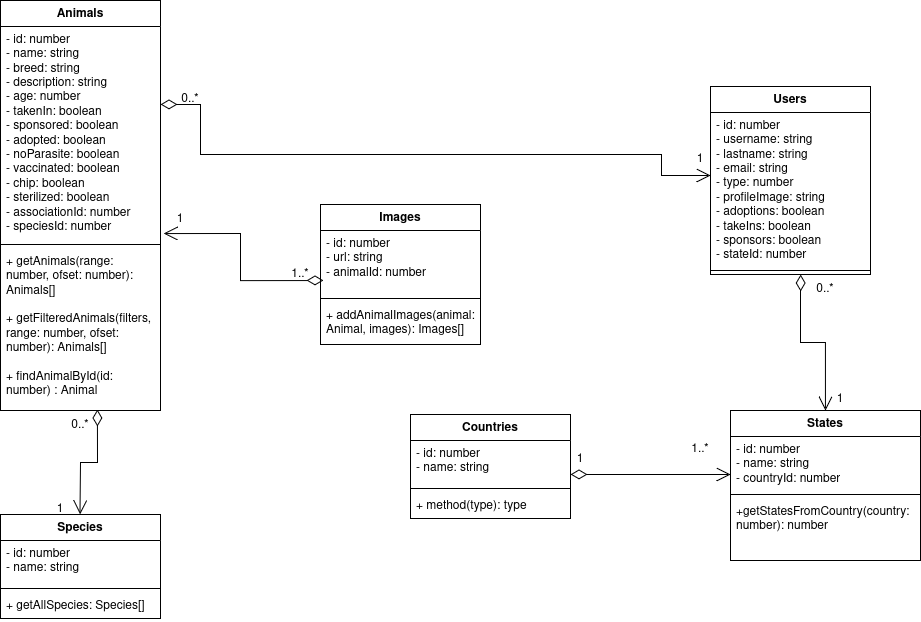
PepeProgrammer/TFG keeps this draw.io diagram as docs/sprint 1/clases.png. Above is the earlier version. Source tidied: cells renumbered, new cells last; positions are measured from the earlier drawing's top-left corner, leaving out a move shared by most shapes. The source it was exported from:
```xml
<mxGraphModel>
  <root>
    <mxCell id="0" />
    <mxCell id="1" parent="0" />
    <mxCell id="2" value="Animals" style="swimlane;fontStyle=1;align=center;verticalAlign=top;horizontal=1;startSize=26;whiteSpace=wrap;html=1;" parent="1" vertex="1">
      <mxGeometry width="160" height="410" as="geometry" />
    </mxCell>
    <mxCell id="3" value="&lt;div&gt;- id: number&lt;/div&gt;&lt;div&gt;- name: string&lt;/div&gt;&lt;div&gt;- breed: string&lt;/div&gt;&lt;div&gt;- description: string &lt;br&gt;&lt;/div&gt;&lt;div&gt;- age: number&lt;/div&gt;&lt;div&gt;- takenIn: boolean&lt;/div&gt;&lt;div&gt;- sponsored: boolean&lt;/div&gt;&lt;div&gt;- adopted: boolean&lt;/div&gt;&lt;div&gt;- noParasite: boolean&lt;/div&gt;&lt;div&gt;- vaccinated: boolean&lt;/div&gt;&lt;div&gt;- chip: boolean&lt;/div&gt;&lt;div&gt;- sterilized: boolean&lt;/div&gt;&lt;div&gt;- associationId: number&lt;/div&gt;&lt;div&gt;- speciesId: number&lt;br&gt;&lt;/div&gt;" style="text;strokeColor=none;fillColor=none;align=left;verticalAlign=top;spacingLeft=4;spacingRight=4;overflow=hidden;points=[[0,0.5],[1,0.5]];portConstraint=eastwest;whiteSpace=wrap;html=1;" parent="2" vertex="1">
      <mxGeometry y="26" width="160" height="214" as="geometry" />
    </mxCell>
    <mxCell id="4" style="line;strokeWidth=1;fillColor=none;align=left;verticalAlign=middle;spacingTop=-1;spacingLeft=3;spacingRight=3;labelPosition=right;strokeColor=inherit;" parent="2" vertex="1">
      <mxGeometry y="240" width="160" height="8" as="geometry" />
    </mxCell>
    <mxCell id="5" value="&lt;div&gt;+ getAnimals(range: number, ofset: number): Animals[]&lt;br&gt;&lt;/div&gt;&lt;div&gt;&lt;br&gt;&lt;/div&gt;&lt;div&gt;+ getFilteredAnimals(filters, range: number, ofset: number): Animals[]&lt;/div&gt;&lt;div&gt;&lt;br&gt;&lt;/div&gt;&lt;div&gt;+ findAnimalById(id: number) : Animal&lt;br&gt;&lt;/div&gt;&lt;div&gt;&lt;br&gt;&lt;/div&gt;&lt;div&gt;&lt;br&gt;&lt;/div&gt;&lt;div&gt;&lt;br&gt;&lt;/div&gt;&lt;div&gt;&lt;br&gt;&lt;/div&gt;&lt;div&gt;&lt;br&gt;&lt;/div&gt;&lt;div&gt;&lt;br&gt;&lt;/div&gt;" style="text;strokeColor=none;fillColor=none;align=left;verticalAlign=top;spacingLeft=4;spacingRight=4;overflow=hidden;points=[[0,0.5],[1,0.5]];portConstraint=eastwest;whiteSpace=wrap;html=1;" parent="2" vertex="1">
      <mxGeometry y="248" width="160" height="162" as="geometry" />
    </mxCell>
    <mxCell id="6" value="Users" style="swimlane;fontStyle=1;align=center;verticalAlign=top;horizontal=1;startSize=26;whiteSpace=wrap;html=1;" parent="1" vertex="1">
      <mxGeometry x="710" y="86" width="160" height="188" as="geometry" />
    </mxCell>
    <mxCell id="7" value="&lt;div&gt;- id: number&lt;/div&gt;&lt;div&gt;- username: string&lt;br&gt;&lt;/div&gt;&lt;div&gt;- lastname: string&lt;/div&gt;&lt;div&gt;- email: string&lt;/div&gt;&lt;div&gt;- type: number&lt;/div&gt;&lt;div&gt;- profileImage: string&lt;/div&gt;&lt;div&gt;- adoptions: boolean&lt;/div&gt;&lt;div&gt;- takeIns: boolean&lt;/div&gt;&lt;div&gt;- sponsors: boolean&lt;/div&gt;&lt;div&gt;- stateId: number&lt;br&gt;&lt;/div&gt;" style="text;strokeColor=none;fillColor=none;align=left;verticalAlign=top;spacingLeft=4;spacingRight=4;overflow=hidden;points=[[0,0.5],[1,0.5]];portConstraint=eastwest;whiteSpace=wrap;html=1;" parent="6" vertex="1">
      <mxGeometry y="26" width="160" height="154" as="geometry" />
    </mxCell>
    <mxCell id="8" style="line;strokeWidth=1;fillColor=none;align=left;verticalAlign=middle;spacingTop=-1;spacingLeft=3;spacingRight=3;labelPosition=right;points=[];portConstraint=eastwest;strokeColor=inherit;" parent="6" vertex="1">
      <mxGeometry y="180" width="160" height="8" as="geometry" />
    </mxCell>
    <mxCell id="9" value="Species" style="swimlane;fontStyle=1;align=center;verticalAlign=top;horizontal=1;startSize=26;whiteSpace=wrap;html=1;" parent="1" vertex="1">
      <mxGeometry y="514" width="160" height="104" as="geometry" />
    </mxCell>
    <mxCell id="10" value="&lt;div&gt;- id: number&lt;/div&gt;&lt;div&gt;- name: string&lt;br&gt;&lt;/div&gt;" style="text;strokeColor=none;fillColor=none;align=left;verticalAlign=top;spacingLeft=4;spacingRight=4;overflow=hidden;whiteSpace=wrap;html=1;" parent="9" vertex="1">
      <mxGeometry y="26" width="160" height="44" as="geometry" />
    </mxCell>
    <mxCell id="11" style="line;strokeWidth=1;fillColor=none;align=left;verticalAlign=middle;spacingTop=-1;spacingLeft=3;spacingRight=3;labelPosition=right;strokeColor=inherit;" parent="9" vertex="1">
      <mxGeometry y="70" width="160" height="8" as="geometry" />
    </mxCell>
    <mxCell id="12" value="+ getAllSpecies: Species[]" style="text;strokeColor=none;fillColor=none;align=left;verticalAlign=top;spacingLeft=4;spacingRight=4;overflow=hidden;whiteSpace=wrap;html=1;" parent="9" vertex="1">
      <mxGeometry y="78" width="160" height="26" as="geometry" />
    </mxCell>
    <mxCell id="13" value="0..*" style="text;html=1;align=center;verticalAlign=middle;whiteSpace=wrap;rounded=0;" parent="1" vertex="1">
      <mxGeometry x="160" y="84" width="60" height="30" as="geometry" />
    </mxCell>
    <mxCell id="14" value="&lt;div&gt;1&lt;br&gt;&lt;/div&gt;" style="text;html=1;align=center;verticalAlign=middle;whiteSpace=wrap;rounded=0;" parent="1" vertex="1">
      <mxGeometry x="30" y="494" width="60" height="30" as="geometry" />
    </mxCell>
    <mxCell id="15" value="0..*" style="text;html=1;align=center;verticalAlign=middle;whiteSpace=wrap;rounded=0;" parent="1" vertex="1">
      <mxGeometry x="50" y="410" width="60" height="30" as="geometry" />
    </mxCell>
    <mxCell id="16" value="&lt;div&gt;1&lt;br&gt;&lt;/div&gt;" style="text;html=1;align=center;verticalAlign=middle;whiteSpace=wrap;rounded=0;" parent="1" vertex="1">
      <mxGeometry x="670" y="144" width="60" height="30" as="geometry" />
    </mxCell>
    <mxCell id="17" value="Countries" style="swimlane;fontStyle=1;align=center;verticalAlign=top;horizontal=1;startSize=26;whiteSpace=wrap;html=1;" parent="1" vertex="1">
      <mxGeometry x="410" y="414" width="160" height="104" as="geometry" />
    </mxCell>
    <mxCell id="18" value="&lt;div&gt;- id: number&lt;/div&gt;&lt;div&gt;- name: string&lt;br&gt;&lt;/div&gt;" style="text;strokeColor=none;fillColor=none;align=left;verticalAlign=top;spacingLeft=4;spacingRight=4;overflow=hidden;whiteSpace=wrap;html=1;" parent="17" vertex="1">
      <mxGeometry y="26" width="160" height="44" as="geometry" />
    </mxCell>
    <mxCell id="19" style="line;strokeWidth=1;fillColor=none;align=left;verticalAlign=middle;spacingTop=-1;spacingLeft=3;spacingRight=3;labelPosition=right;strokeColor=inherit;" parent="17" vertex="1">
      <mxGeometry y="70" width="160" height="8" as="geometry" />
    </mxCell>
    <mxCell id="20" value="+ method(type): type" style="text;strokeColor=none;fillColor=none;align=left;verticalAlign=top;spacingLeft=4;spacingRight=4;overflow=hidden;whiteSpace=wrap;html=1;" parent="17" vertex="1">
      <mxGeometry y="78" width="160" height="26" as="geometry" />
    </mxCell>
    <mxCell id="21" value="States" style="swimlane;fontStyle=1;align=center;verticalAlign=top;horizontal=1;startSize=26;whiteSpace=wrap;html=1;" parent="1" vertex="1">
      <mxGeometry x="730" y="410" width="190" height="150" as="geometry" />
    </mxCell>
    <mxCell id="22" value="&lt;div&gt;- id: number&lt;/div&gt;&lt;div&gt;- name: string&lt;br&gt;&lt;/div&gt;&lt;div&gt;- countryId: number&lt;br&gt;&lt;/div&gt;" style="text;strokeColor=none;fillColor=none;align=left;verticalAlign=top;spacingLeft=4;spacingRight=4;overflow=hidden;whiteSpace=wrap;html=1;" parent="21" vertex="1">
      <mxGeometry y="26" width="190" height="54" as="geometry" />
    </mxCell>
    <mxCell id="23" style="line;strokeWidth=1;fillColor=none;align=left;verticalAlign=middle;spacingTop=-1;spacingLeft=3;spacingRight=3;labelPosition=right;strokeColor=inherit;" parent="21" vertex="1">
      <mxGeometry y="80" width="190" height="8" as="geometry" />
    </mxCell>
    <mxCell id="24" value="+getStatesFromCountry(country: number): number" style="text;strokeColor=none;fillColor=none;align=left;verticalAlign=top;spacingLeft=4;spacingRight=4;overflow=hidden;whiteSpace=wrap;html=1;" parent="21" vertex="1">
      <mxGeometry y="88" width="190" height="62" as="geometry" />
    </mxCell>
    <mxCell id="25" value="&lt;div&gt;&lt;br&gt;&lt;/div&gt;&lt;div&gt;&lt;br&gt;&lt;/div&gt;" style="endArrow=open;html=1;endSize=12;startArrow=diamondThin;startSize=14;startFill=0;edgeStyle=orthogonalEdgeStyle;align=left;verticalAlign=bottom;rounded=0;" parent="1" edge="1">
      <mxGeometry y="20" relative="1" as="geometry">
        <mxPoint x="570" y="474" as="sourcePoint" />
        <mxPoint x="730" y="474" as="targetPoint" />
      </mxGeometry>
    </mxCell>
    <mxCell id="26" style="endArrow=open;html=1;endSize=12;startArrow=diamondThin;startSize=14;startFill=0;edgeStyle=orthogonalEdgeStyle;align=left;verticalAlign=bottom;rounded=0;entryX=0;entryY=0.409;entryDx=0;entryDy=0;entryPerimeter=0;" parent="1" edge="1" target="7">
      <mxGeometry x="-0.87" y="100" relative="1" as="geometry">
        <mxPoint x="160" y="104" as="sourcePoint" />
        <Array as="points">
          <mxPoint x="200" y="104" />
          <mxPoint x="200" y="154" />
          <mxPoint x="661" y="154" />
          <mxPoint x="661" y="175" />
        </Array>
        <mxPoint x="-20" y="-60" as="offset" />
      </mxGeometry>
    </mxCell>
    <mxCell id="27" style="endArrow=open;html=1;endSize=12;startArrow=diamondThin;startSize=14;startFill=0;edgeStyle=orthogonalEdgeStyle;align=left;verticalAlign=bottom;rounded=0;entryX=0.833;entryY=0.667;entryDx=0;entryDy=0;entryPerimeter=0;exitX=0.606;exitY=0.994;exitDx=0;exitDy=0;exitPerimeter=0;" parent="1" edge="1" source="5">
      <mxGeometry x="0.2" y="170" relative="1" as="geometry">
        <mxPoint x="79.5" y="514" as="targetPoint" />
      </mxGeometry>
    </mxCell>
    <mxCell id="28" value="1..*" style="text;html=1;align=center;verticalAlign=middle;whiteSpace=wrap;rounded=0;" parent="1" vertex="1">
      <mxGeometry x="670" y="434" width="60" height="30" as="geometry" />
    </mxCell>
    <mxCell id="29" value="&lt;div&gt;1&lt;br&gt;&lt;/div&gt;" style="text;html=1;align=center;verticalAlign=middle;whiteSpace=wrap;rounded=0;" parent="1" vertex="1">
      <mxGeometry x="550" y="444" width="60" height="30" as="geometry" />
    </mxCell>
    <mxCell id="30" style="endArrow=open;html=1;endSize=12;startArrow=diamondThin;startSize=14;startFill=0;edgeStyle=orthogonalEdgeStyle;align=left;verticalAlign=bottom;rounded=0;entryX=0.5;entryY=0;entryDx=0;entryDy=0;exitX=0.563;exitY=1;exitDx=0;exitDy=0;exitPerimeter=0;" parent="1" edge="1" source="8" target="21">
      <mxGeometry x="0.2" y="170" relative="1" as="geometry" />
    </mxCell>
    <mxCell id="31" value="0..*" style="text;html=1;align=center;verticalAlign=middle;whiteSpace=wrap;rounded=0;" parent="1" vertex="1">
      <mxGeometry x="795" y="274" width="60" height="30" as="geometry" />
    </mxCell>
    <mxCell id="32" value="&lt;div&gt;1&lt;br&gt;&lt;/div&gt;" style="text;html=1;align=center;verticalAlign=middle;whiteSpace=wrap;rounded=0;" parent="1" vertex="1">
      <mxGeometry x="810" y="384" width="60" height="30" as="geometry" />
    </mxCell>
    <mxCell id="33" value="Images" style="swimlane;fontStyle=1;align=center;verticalAlign=top;horizontal=1;startSize=26;whiteSpace=wrap;html=1;" parent="1" vertex="1">
      <mxGeometry x="320" y="204" width="160" height="140" as="geometry" />
    </mxCell>
    <mxCell id="34" value="&lt;div&gt;- id: number&lt;/div&gt;&lt;div&gt;- url: string&lt;/div&gt;&lt;div&gt;- animalId: number&lt;br&gt;&lt;/div&gt;" style="text;strokeColor=none;fillColor=none;align=left;verticalAlign=top;spacingLeft=4;spacingRight=4;overflow=hidden;points=[[0,0.5],[1,0.5]];portConstraint=eastwest;whiteSpace=wrap;html=1;" parent="33" vertex="1">
      <mxGeometry y="26" width="160" height="64" as="geometry" />
    </mxCell>
    <mxCell id="35" style="line;strokeWidth=1;fillColor=none;align=left;verticalAlign=middle;spacingTop=-1;spacingLeft=3;spacingRight=3;labelPosition=right;strokeColor=inherit;" parent="33" vertex="1">
      <mxGeometry y="90" width="160" height="8" as="geometry" />
    </mxCell>
    <mxCell id="36" value="+ addAnimalImages(animal: Animal, images): Images[]" style="text;strokeColor=none;fillColor=none;align=left;verticalAlign=top;spacingLeft=4;spacingRight=4;overflow=hidden;whiteSpace=wrap;html=1;" parent="33" vertex="1">
      <mxGeometry y="98" width="160" height="42" as="geometry" />
    </mxCell>
    <mxCell id="37" value="&lt;div&gt;&lt;br&gt;&lt;/div&gt;&lt;div&gt;&lt;br&gt;&lt;/div&gt;" style="endArrow=open;html=1;endSize=12;startArrow=diamondThin;startSize=14;startFill=0;edgeStyle=orthogonalEdgeStyle;align=left;verticalAlign=bottom;rounded=0;exitX=0.019;exitY=0.781;exitDx=0;exitDy=0;exitPerimeter=0;entryX=1.019;entryY=0.967;entryDx=0;entryDy=0;entryPerimeter=0;" parent="1" edge="1" source="34" target="3">
      <mxGeometry y="20" relative="1" as="geometry" />
    </mxCell>
    <mxCell id="38" value="1..*" style="text;html=1;align=center;verticalAlign=middle;whiteSpace=wrap;rounded=0;" parent="1" vertex="1">
      <mxGeometry x="270" y="259" width="60" height="30" as="geometry" />
    </mxCell>
    <mxCell id="39" value="&lt;div&gt;1&lt;br&gt;&lt;/div&gt;" style="text;html=1;align=center;verticalAlign=middle;whiteSpace=wrap;rounded=0;" parent="1" vertex="1">
      <mxGeometry x="150" y="204" width="60" height="30" as="geometry" />
    </mxCell>
  </root>
</mxGraphModel>
```
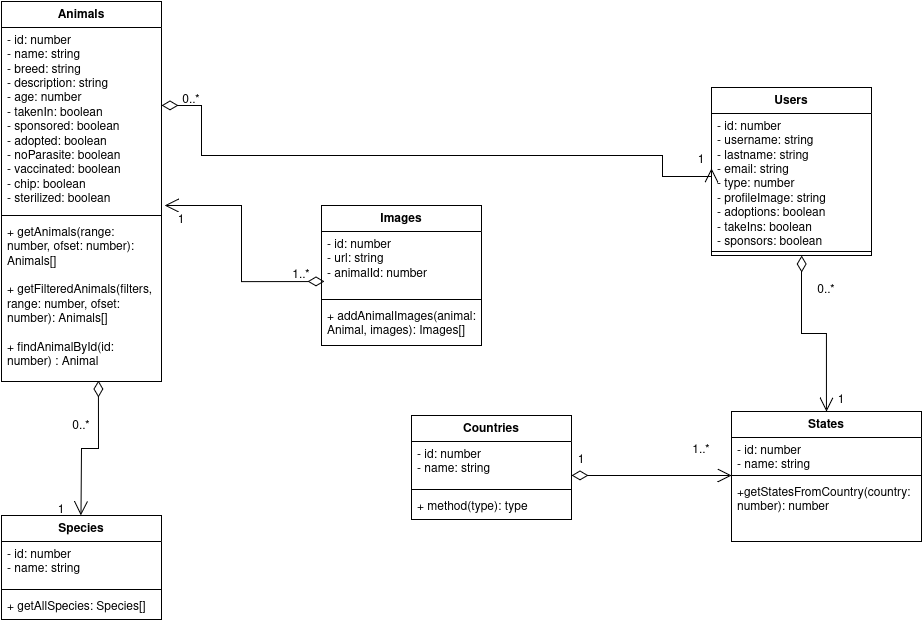
After the change.

What changed in the source:
```diff
@@ -3,25 +3,25 @@
     <mxCell id="0" />
     <mxCell id="1" parent="0" />
     <mxCell id="2" value="Animals" style="swimlane;fontStyle=1;align=center;verticalAlign=top;horizontal=1;startSize=26;whiteSpace=wrap;html=1;" parent="1" vertex="1">
-      <mxGeometry width="160" height="410" as="geometry" />
+      <mxGeometry width="160" height="380" as="geometry" />
     </mxCell>
-    <mxCell id="3" value="&lt;div&gt;- id: number&lt;/div&gt;&lt;div&gt;- name: string&lt;/div&gt;&lt;div&gt;- breed: string&lt;/div&gt;&lt;div&gt;- description: string &lt;br&gt;&lt;/div&gt;&lt;div&gt;- age: number&lt;/div&gt;&lt;div&gt;- takenIn: boolean&lt;/div&gt;&lt;div&gt;- sponsored: boolean&lt;/div&gt;&lt;div&gt;- adopted: boolean&lt;/div&gt;&lt;div&gt;- noParasite: boolean&lt;/div&gt;&lt;div&gt;- vaccinated: boolean&lt;/div&gt;&lt;div&gt;- chip: boolean&lt;/div&gt;&lt;div&gt;- sterilized: boolean&lt;/div&gt;&lt;div&gt;- associationId: number&lt;/div&gt;&lt;div&gt;- speciesId: number&lt;br&gt;&lt;/div&gt;" style="text;strokeColor=none;fillColor=none;align=left;verticalAlign=top;spacingLeft=4;spacingRight=4;overflow=hidden;points=[[0,0.5],[1,0.5]];portConstraint=eastwest;whiteSpace=wrap;html=1;" parent="2" vertex="1">
-      <mxGeometry y="26" width="160" height="214" as="geometry" />
+    <mxCell id="3" value="&lt;div&gt;- id: number&lt;/div&gt;&lt;div&gt;- name: string&lt;/div&gt;&lt;div&gt;- breed: string&lt;/div&gt;&lt;div&gt;- description: string &lt;br&gt;&lt;/div&gt;&lt;div&gt;- age: number&lt;/div&gt;&lt;div&gt;- takenIn: boolean&lt;/div&gt;&lt;div&gt;- sponsored: boolean&lt;/div&gt;&lt;div&gt;- adopted: boolean&lt;/div&gt;&lt;div&gt;- noParasite: boolean&lt;/div&gt;&lt;div&gt;- vaccinated: boolean&lt;/div&gt;&lt;div&gt;- chip: boolean&lt;/div&gt;&lt;div&gt;- sterilized: boolean&lt;/div&gt;" style="text;strokeColor=none;fillColor=none;align=left;verticalAlign=top;spacingLeft=4;spacingRight=4;overflow=hidden;points=[[0,0.5],[1,0.5]];portConstraint=eastwest;whiteSpace=wrap;html=1;" parent="2" vertex="1">
+      <mxGeometry y="26" width="160" height="184" as="geometry" />
     </mxCell>
     <mxCell id="4" style="line;strokeWidth=1;fillColor=none;align=left;verticalAlign=middle;spacingTop=-1;spacingLeft=3;spacingRight=3;labelPosition=right;strokeColor=inherit;" parent="2" vertex="1">
-      <mxGeometry y="240" width="160" height="8" as="geometry" />
+      <mxGeometry y="210" width="160" height="8" as="geometry" />
     </mxCell>
     <mxCell id="5" value="&lt;div&gt;+ getAnimals(range: number, ofset: number): Animals[]&lt;br&gt;&lt;/div&gt;&lt;div&gt;&lt;br&gt;&lt;/div&gt;&lt;div&gt;+ getFilteredAnimals(filters, range: number, ofset: number): Animals[]&lt;/div&gt;&lt;div&gt;&lt;br&gt;&lt;/div&gt;&lt;div&gt;+ findAnimalById(id: number) : Animal&lt;br&gt;&lt;/div&gt;&lt;div&gt;&lt;br&gt;&lt;/div&gt;&lt;div&gt;&lt;br&gt;&lt;/div&gt;&lt;div&gt;&lt;br&gt;&lt;/div&gt;&lt;div&gt;&lt;br&gt;&lt;/div&gt;&lt;div&gt;&lt;br&gt;&lt;/div&gt;&lt;div&gt;&lt;br&gt;&lt;/div&gt;" style="text;strokeColor=none;fillColor=none;align=left;verticalAlign=top;spacingLeft=4;spacingRight=4;overflow=hidden;points=[[0,0.5],[1,0.5]];portConstraint=eastwest;whiteSpace=wrap;html=1;" parent="2" vertex="1">
-      <mxGeometry y="248" width="160" height="162" as="geometry" />
+      <mxGeometry y="218" width="160" height="162" as="geometry" />
     </mxCell>
     <mxCell id="6" value="Users" style="swimlane;fontStyle=1;align=center;verticalAlign=top;horizontal=1;startSize=26;whiteSpace=wrap;html=1;" parent="1" vertex="1">
-      <mxGeometry x="710" y="86" width="160" height="188" as="geometry" />
+      <mxGeometry x="710" y="86" width="160" height="168" as="geometry" />
     </mxCell>
-    <mxCell id="7" value="&lt;div&gt;- id: number&lt;/div&gt;&lt;div&gt;- username: string&lt;br&gt;&lt;/div&gt;&lt;div&gt;- lastname: string&lt;/div&gt;&lt;div&gt;- email: string&lt;/div&gt;&lt;div&gt;- type: number&lt;/div&gt;&lt;div&gt;- profileImage: string&lt;/div&gt;&lt;div&gt;- adoptions: boolean&lt;/div&gt;&lt;div&gt;- takeIns: boolean&lt;/div&gt;&lt;div&gt;- sponsors: boolean&lt;/div&gt;&lt;div&gt;- stateId: number&lt;br&gt;&lt;/div&gt;" style="text;strokeColor=none;fillColor=none;align=left;verticalAlign=top;spacingLeft=4;spacingRight=4;overflow=hidden;points=[[0,0.5],[1,0.5]];portConstraint=eastwest;whiteSpace=wrap;html=1;" parent="6" vertex="1">
-      <mxGeometry y="26" width="160" height="154" as="geometry" />
+    <mxCell id="7" value="&lt;div&gt;- id: number&lt;/div&gt;&lt;div&gt;- username: string&lt;br&gt;&lt;/div&gt;&lt;div&gt;- lastname: string&lt;/div&gt;&lt;div&gt;- email: string&lt;/div&gt;&lt;div&gt;- type: number&lt;/div&gt;&lt;div&gt;- profileImage: string&lt;/div&gt;&lt;div&gt;- adoptions: boolean&lt;/div&gt;&lt;div&gt;- takeIns: boolean&lt;/div&gt;&lt;div&gt;- sponsors: boolean&lt;/div&gt;" style="text;strokeColor=none;fillColor=none;align=left;verticalAlign=top;spacingLeft=4;spacingRight=4;overflow=hidden;points=[[0,0.5],[1,0.5]];portConstraint=eastwest;whiteSpace=wrap;html=1;" parent="6" vertex="1">
+      <mxGeometry y="26" width="160" height="134" as="geometry" />
     </mxCell>
     <mxCell id="8" style="line;strokeWidth=1;fillColor=none;align=left;verticalAlign=middle;spacingTop=-1;spacingLeft=3;spacingRight=3;labelPosition=right;points=[];portConstraint=eastwest;strokeColor=inherit;" parent="6" vertex="1">
-      <mxGeometry y="180" width="160" height="8" as="geometry" />
+      <mxGeometry y="160" width="160" height="8" as="geometry" />
     </mxCell>
     <mxCell id="9" value="Species" style="swimlane;fontStyle=1;align=center;verticalAlign=top;horizontal=1;startSize=26;whiteSpace=wrap;html=1;" parent="1" vertex="1">
       <mxGeometry y="514" width="160" height="104" as="geometry" />
@@ -60,16 +60,16 @@
       <mxGeometry y="78" width="160" height="26" as="geometry" />
     </mxCell>
     <mxCell id="21" value="States" style="swimlane;fontStyle=1;align=center;verticalAlign=top;horizontal=1;startSize=26;whiteSpace=wrap;html=1;" parent="1" vertex="1">
-      <mxGeometry x="730" y="410" width="190" height="150" as="geometry" />
+      <mxGeometry x="730" y="410" width="190" height="130" as="geometry" />
     </mxCell>
-    <mxCell id="22" value="&lt;div&gt;- id: number&lt;/div&gt;&lt;div&gt;- name: string&lt;br&gt;&lt;/div&gt;&lt;div&gt;- countryId: number&lt;br&gt;&lt;/div&gt;" style="text;strokeColor=none;fillColor=none;align=left;verticalAlign=top;spacingLeft=4;spacingRight=4;overflow=hidden;whiteSpace=wrap;html=1;" parent="21" vertex="1">
-      <mxGeometry y="26" width="190" height="54" as="geometry" />
+    <mxCell id="22" value="&lt;div&gt;- id: number&lt;/div&gt;&lt;div&gt;- name: string&lt;br&gt;&lt;/div&gt;" style="text;strokeColor=none;fillColor=none;align=left;verticalAlign=top;spacingLeft=4;spacingRight=4;overflow=hidden;whiteSpace=wrap;html=1;" parent="21" vertex="1">
+      <mxGeometry y="26" width="190" height="34" as="geometry" />
     </mxCell>
     <mxCell id="23" style="line;strokeWidth=1;fillColor=none;align=left;verticalAlign=middle;spacingTop=-1;spacingLeft=3;spacingRight=3;labelPosition=right;strokeColor=inherit;" parent="21" vertex="1">
-      <mxGeometry y="80" width="190" height="8" as="geometry" />
+      <mxGeometry y="60" width="190" height="8" as="geometry" />
     </mxCell>
     <mxCell id="24" value="+getStatesFromCountry(country: number): number" style="text;strokeColor=none;fillColor=none;align=left;verticalAlign=top;spacingLeft=4;spacingRight=4;overflow=hidden;whiteSpace=wrap;html=1;" parent="21" vertex="1">
-      <mxGeometry y="88" width="190" height="62" as="geometry" />
+      <mxGeometry y="68" width="190" height="62" as="geometry" />
     </mxCell>
     <mxCell id="25" value="&lt;div&gt;&lt;br&gt;&lt;/div&gt;&lt;div&gt;&lt;br&gt;&lt;/div&gt;" style="endArrow=open;html=1;endSize=12;startArrow=diamondThin;startSize=14;startFill=0;edgeStyle=orthogonalEdgeStyle;align=left;verticalAlign=bottom;rounded=0;" parent="1" edge="1">
       <mxGeometry y="20" relative="1" as="geometry">
```
